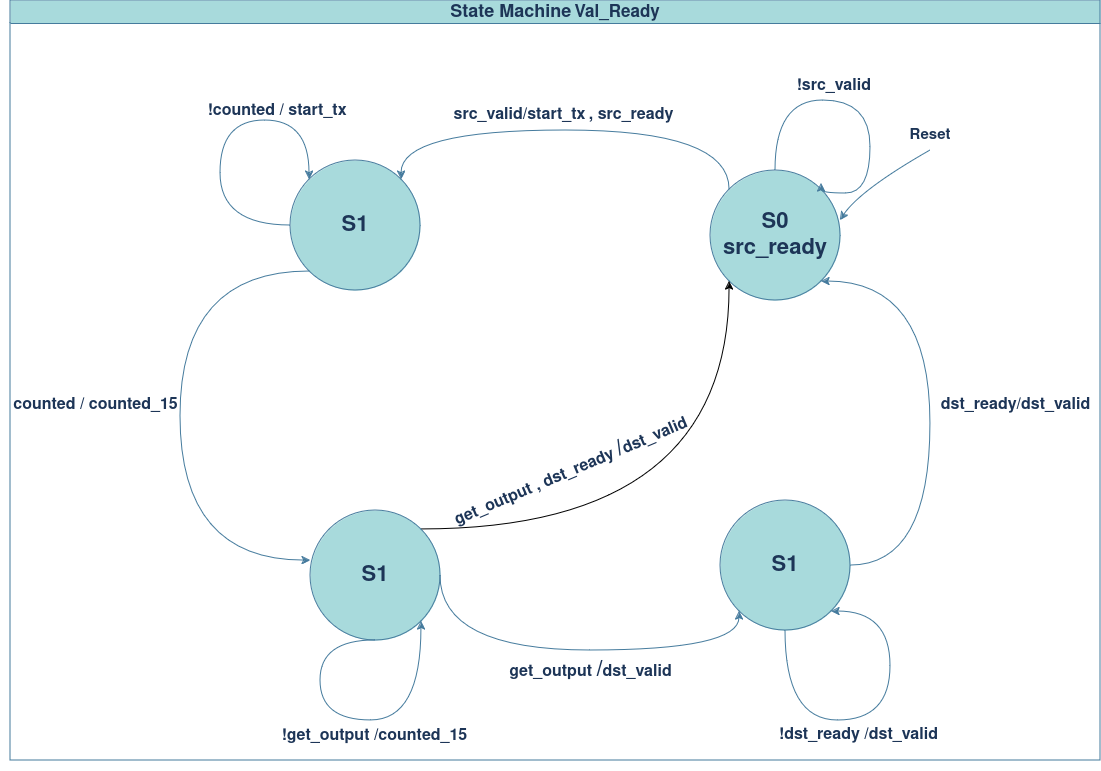
medsuet/Xcelerium-IC-Design-Training keeps this draw.io diagram as Zawaher/Sequential_Array_Multiplier/valid_ready/docs/Seq_multiplier_Controller.drawio.png. Above is the earlier version. Source tidied: cells renumbered, new cells last; positions are measured from the earlier drawing's top-left corner, leaving out a move shared by most shapes.
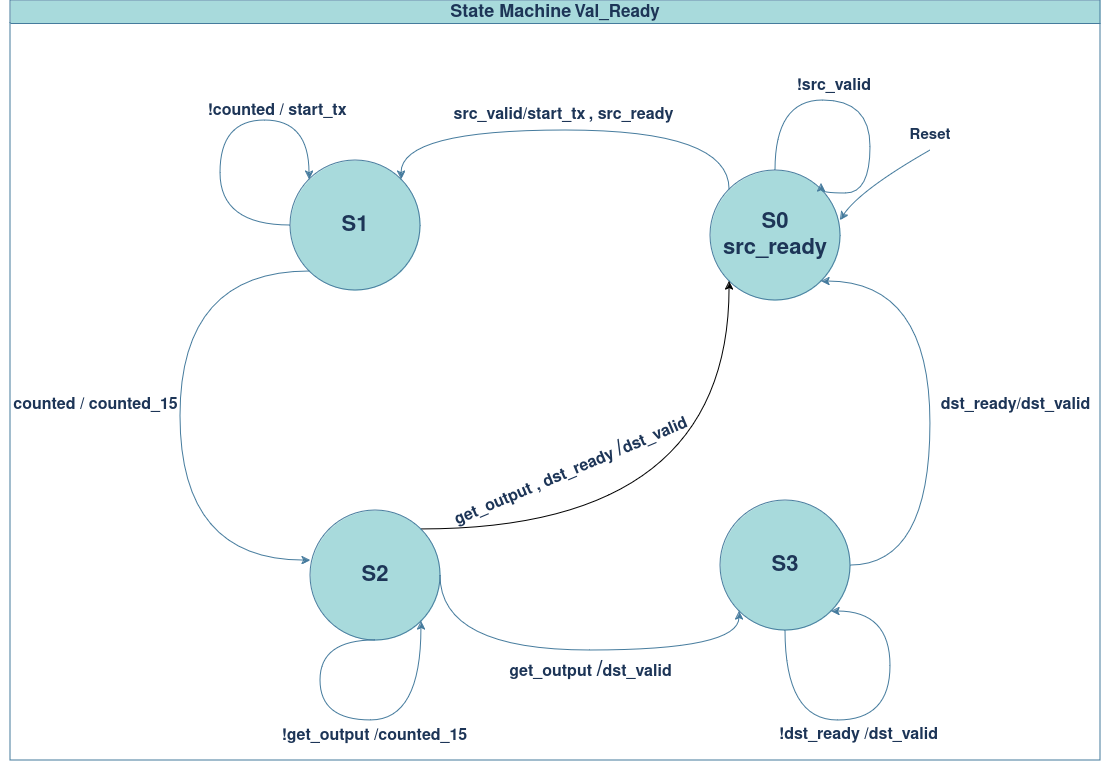
Later version of the same file.

Diff of the diagram source:
```diff
@@ -34,7 +34,7 @@
     <mxCell id="8" style="edgeStyle=orthogonalEdgeStyle;rounded=0;jettySize=auto;html=1;exitX=1;exitY=0;exitDx=0;exitDy=0;entryX=0;entryY=1;entryDx=0;entryDy=0;curved=1;" parent="1" edge="1" source="9" target="3">
       <mxGeometry relative="1" as="geometry" />
     </mxCell>
-    <mxCell id="9" value="&lt;font style=&quot;font-size: 22px;&quot;&gt;&lt;b&gt;S1&lt;/b&gt;&lt;/font&gt;" style="ellipse;whiteSpace=wrap;html=1;labelBackgroundColor=none;fillColor=#A8DADC;strokeColor=#457B9D;fontColor=#1D3557;" parent="1" vertex="1">
+    <mxCell id="9" value="&lt;font style=&quot;font-size: 22px;&quot;&gt;&lt;b&gt;S2&lt;/b&gt;&lt;/font&gt;" style="ellipse;whiteSpace=wrap;html=1;labelBackgroundColor=none;fillColor=#A8DADC;strokeColor=#457B9D;fontColor=#1D3557;" parent="1" vertex="1">
       <mxGeometry x="310" y="510" width="130" height="130" as="geometry" />
     </mxCell>
     <mxCell id="10" style="edgeStyle=orthogonalEdgeStyle;rounded=0;jettySize=auto;html=1;exitX=0;exitY=1;exitDx=0;exitDy=0;entryX=0;entryY=0.385;entryDx=0;entryDy=0;entryPerimeter=0;curved=1;labelBackgroundColor=none;strokeColor=#457B9D;fontColor=default;" parent="1" edge="1" source="6" target="9">
@@ -89,7 +89,7 @@
         </Array>
       </mxGeometry>
     </mxCell>
-    <mxCell id="20" value="&lt;font style=&quot;font-size: 22px;&quot;&gt;&lt;b&gt;S1&lt;/b&gt;&lt;/font&gt;" style="ellipse;whiteSpace=wrap;html=1;labelBackgroundColor=none;fillColor=#A8DADC;strokeColor=#457B9D;fontColor=#1D3557;" parent="1" vertex="1">
+    <mxCell id="20" value="&lt;font style=&quot;font-size: 22px;&quot;&gt;&lt;b&gt;S3&lt;/b&gt;&lt;/font&gt;" style="ellipse;whiteSpace=wrap;html=1;labelBackgroundColor=none;fillColor=#A8DADC;strokeColor=#457B9D;fontColor=#1D3557;" parent="1" vertex="1">
       <mxGeometry x="720" y="500" width="130" height="130" as="geometry" />
     </mxCell>
     <mxCell id="21" style="edgeStyle=orthogonalEdgeStyle;rounded=0;jettySize=auto;html=1;exitX=1;exitY=0.5;exitDx=0;exitDy=0;entryX=0;entryY=1;entryDx=0;entryDy=0;strokeColor=#457B9D;fontColor=#1D3557;fillColor=#A8DADC;curved=1;" parent="1" edge="1" source="9" target="20">
```
